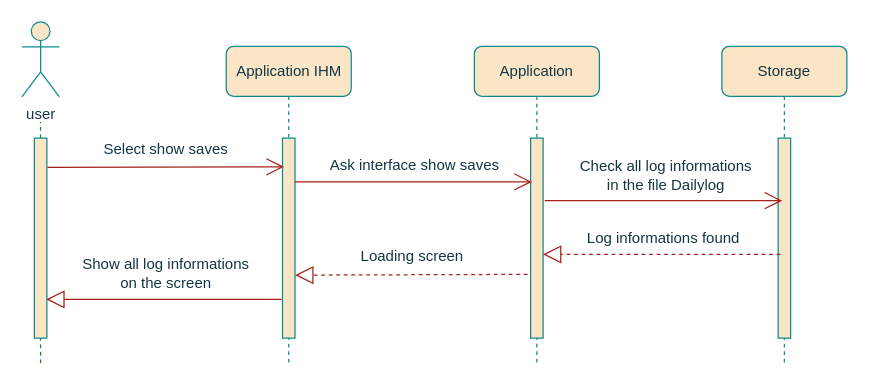
Before: EasySave3.0 Show Saves.drawio in Weicheng178/UML, a draw.io diagram. Source tidied: cells renumbered, new cells numbered last; positions are measured from the earlier drawing's top-left corner, leaving out a move shared by most shapes. Both pictures are drawn from the tidied source at 125%, with x=0, y=0 at pixel (21, 21).
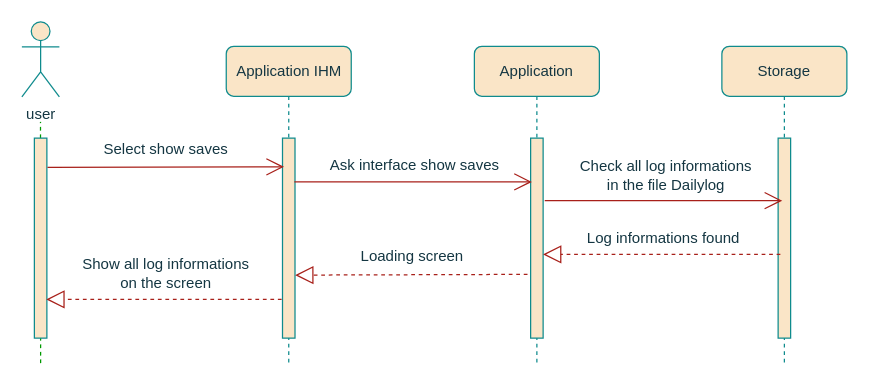
The same page after the edit.

What changed in the source:
```diff
@@
-    <mxCell id="18" style="endArrow=block;endFill=0;endSize=12;html=1;rounded=1;labelBackgroundColor=#DAD2D8;strokeColor=#A8201A;fontColor=#143642;" parent="1" edge="1">
+    <mxCell id="18" style="endArrow=block;endFill=0;endSize=12;html=1;rounded=1;labelBackgroundColor=#DAD2D8;strokeColor=#A8201A;fontColor=#143642;dashed=1;" parent="1" edge="1">
       <mxGeometry relative="1" as="geometry">
         <mxPoint x="207.8" y="222" as="sourcePoint" />
         <mxPoint x="19.6" y="222" as="targetPoint" />
       </mxGeometry>
     </mxCell>
```
